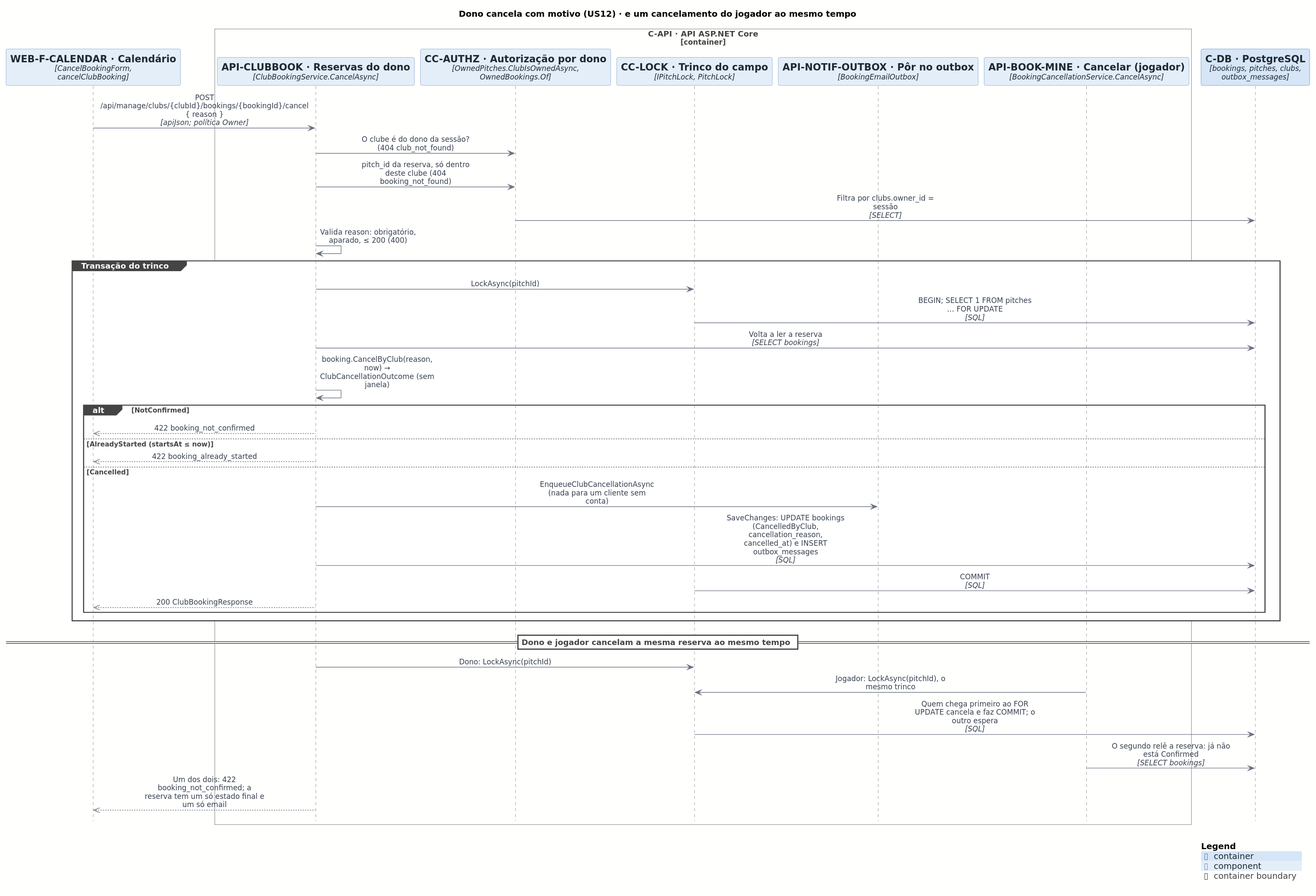
Before: docs/architecture/out/process-cancel-club.svg, a diagram exported from PlantUML (rodrigo4sousa/SportsEstablishments).
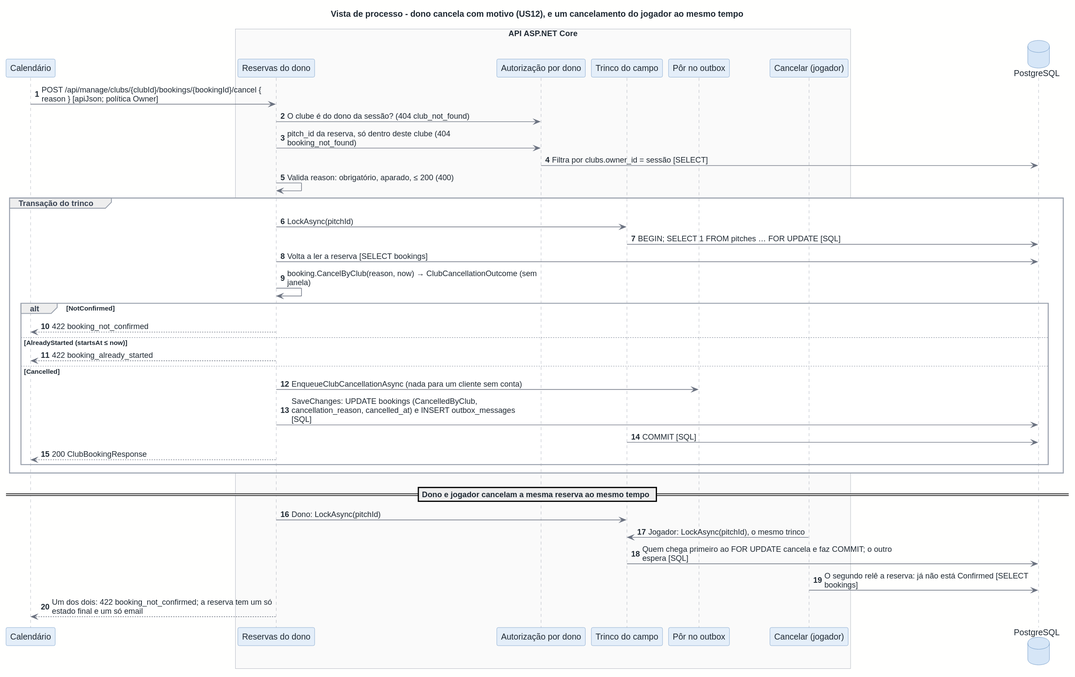
The same diagram one commit later.

Diff of the diagram source:
```diff
@@ -1,48 +1,46 @@
 @startuml
-!include <C4/C4_Sequence>
 !include ../style.puml
 
-title Dono cancela com motivo (US12) · e um cancelamento do jogador ao mesmo tempo
+title Vista de processo - dono cancela com motivo (US12), e um cancelamento do jogador ao mesmo tempo
+autonumber
 
-Component(WEB_F_CALENDAR, "WEB-F-CALENDAR · Calendário", "CancelBookingForm, cancelClubBooking")
-Container_Boundary(C_API, "C-API · API ASP.NET Core")
-  Component(API_CLUBBOOK, "API-CLUBBOOK · Reservas do dono", "ClubBookingService.CancelAsync")
-  Component(CC_AUTHZ, "CC-AUTHZ · Autorização por dono", "OwnedPitches.ClubIsOwnedAsync, OwnedBookings.Of")
-  Component(CC_LOCK, "CC-LOCK · Trinco do campo", "IPitchLock, PitchLock")
-  Component(API_NOTIF_OUTBOX, "API-NOTIF-OUTBOX · Pôr no outbox", "BookingEmailOutbox")
-  Component(API_BOOK_MINE, "API-BOOK-MINE · Cancelar (jogador)", "BookingCancellationService.CancelAsync")
-Boundary_End()
-ContainerDb(C_DB, "C-DB · PostgreSQL", "bookings, pitches, clubs, outbox_messages")
+participant "Calendário" as WEB_F_CALENDAR
+box "API ASP.NET Core"
+  participant "Reservas do dono" as API_CLUBBOOK
+  participant "Autorização por dono" as CC_AUTHZ
+  participant "Trinco do campo" as CC_LOCK
+  participant "Pôr no outbox" as API_NOTIF_OUTBOX
+  participant "Cancelar (jogador)" as API_BOOK_MINE
+end box
+database "PostgreSQL" as C_DB
 
-Rel(WEB_F_CALENDAR, API_CLUBBOOK, $plain("POST /api/manage/clubs/{clubId}/bookings/{bookingId}/cancel { reason }"), "apiJson; política Owner")
-Rel(API_CLUBBOOK, CC_AUTHZ, $plain("O clube é do dono da sessão? (404 club_not_found)"))
-Rel(API_CLUBBOOK, CC_AUTHZ, $plain("pitch_id da reserva, só dentro deste clube (404 booking_not_found)"))
-Rel(CC_AUTHZ, C_DB, $plain("Filtra por clubs.owner_id = sessão"), "SELECT")
-Rel(API_CLUBBOOK, API_CLUBBOOK, $plain("Valida reason: obrigatório, aparado, ≤ 200 (400)"))
+WEB_F_CALENDAR -> API_CLUBBOOK : POST /api/manage/clubs/{clubId}/bookings/{bookingId}/cancel {\nreason } [apiJson; política Owner]
+API_CLUBBOOK -> CC_AUTHZ : O clube é do dono da sessão? (404 club_not_found)
+API_CLUBBOOK -> CC_AUTHZ : pitch_id da reserva, só dentro deste clube (404\nbooking_not_found)
+CC_AUTHZ -> C_DB : Filtra por clubs.owner_id = sessão [SELECT]
+API_CLUBBOOK -> API_CLUBBOOK : Valida reason: obrigatório, aparado, ≤ 200 (400)
 group Transação do trinco
-  Rel(API_CLUBBOOK, CC_LOCK, $plain("LockAsync(pitchId)"))
-  Rel(CC_LOCK, C_DB, $plain("BEGIN; SELECT 1 FROM pitches … FOR UPDATE"), "SQL")
-  Rel(API_CLUBBOOK, C_DB, $plain("Volta a ler a reserva"), "SELECT bookings")
-  Rel(API_CLUBBOOK, API_CLUBBOOK, $plain("booking.CancelByClub(reason, now) → ClubCancellationOutcome (sem janela)"))
+  API_CLUBBOOK -> CC_LOCK : LockAsync(pitchId)
+  CC_LOCK -> C_DB : BEGIN; SELECT 1 FROM pitches … FOR UPDATE [SQL]
+  API_CLUBBOOK -> C_DB : Volta a ler a reserva [SELECT bookings]
+  API_CLUBBOOK -> API_CLUBBOOK : booking.CancelByClub(reason, now) → ClubCancellationOutcome (sem\njanela)
   alt NotConfirmed
-    Rel_Back(WEB_F_CALENDAR, API_CLUBBOOK, $plain("422 booking_not_confirmed"))
+    API_CLUBBOOK --> WEB_F_CALENDAR : 422 booking_not_confirmed
   else AlreadyStarted (startsAt ≤ now)
-    Rel_Back(WEB_F_CALENDAR, API_CLUBBOOK, $plain("422 booking_already_started"))
+    API_CLUBBOOK --> WEB_F_CALENDAR : 422 booking_already_started
   else Cancelled
-    Rel(API_CLUBBOOK, API_NOTIF_OUTBOX, $plain("EnqueueClubCancellationAsync (nada para um cliente sem conta)"))
-    Rel(API_CLUBBOOK, C_DB, $plain("SaveChanges: UPDATE bookings (CancelledByClub, cancellation_reason, cancelled_at) e INSERT outbox_messages"), "SQL")
-    Rel(CC_LOCK, C_DB, $plain("COMMIT"), "SQL")
-    Rel_Back(WEB_F_CALENDAR, API_CLUBBOOK, $plain("200 ClubBookingResponse"))
+    API_CLUBBOOK -> API_NOTIF_OUTBOX : EnqueueClubCancellationAsync (nada para um cliente sem conta)
+    API_CLUBBOOK -> C_DB : SaveChanges: UPDATE bookings (CancelledByClub,\ncancellation_reason, cancelled_at) e INSERT outbox_messages\n[SQL]
+    CC_LOCK -> C_DB : COMMIT [SQL]
+    API_CLUBBOOK --> WEB_F_CALENDAR : 200 ClubBookingResponse
   end
 end
 
 == Dono e jogador cancelam a mesma reserva ao mesmo tempo ==
 
-Rel(API_CLUBBOOK, CC_LOCK, $plain("Dono: LockAsync(pitchId)"))
-Rel(API_BOOK_MINE, CC_LOCK, $plain("Jogador: LockAsync(pitchId), o mesmo trinco"))
-Rel(CC_LOCK, C_DB, $plain("Quem chega primeiro ao FOR UPDATE cancela e faz COMMIT; o outro espera"), "SQL")
-Rel(API_BOOK_MINE, C_DB, $plain("O segundo relê a reserva: já não está Confirmed"), "SELECT bookings")
-Rel_Back(WEB_F_CALENDAR, API_CLUBBOOK, $plain("Um dos dois: 422 booking_not_confirmed; a reserva tem um só estado final e um só email"))
-
-SHOW_LEGEND()
+API_CLUBBOOK -> CC_LOCK : Dono: LockAsync(pitchId)
+API_BOOK_MINE -> CC_LOCK : Jogador: LockAsync(pitchId), o mesmo trinco
+CC_LOCK -> C_DB : Quem chega primeiro ao FOR UPDATE cancela e faz COMMIT; o outro\nespera [SQL]
+API_BOOK_MINE -> C_DB : O segundo relê a reserva: já não está Confirmed [SELECT\nbookings]
+API_CLUBBOOK --> WEB_F_CALENDAR : Um dos dois: 422 booking_not_confirmed; a reserva tem um só\nestado final e um só email
 @enduml
```
